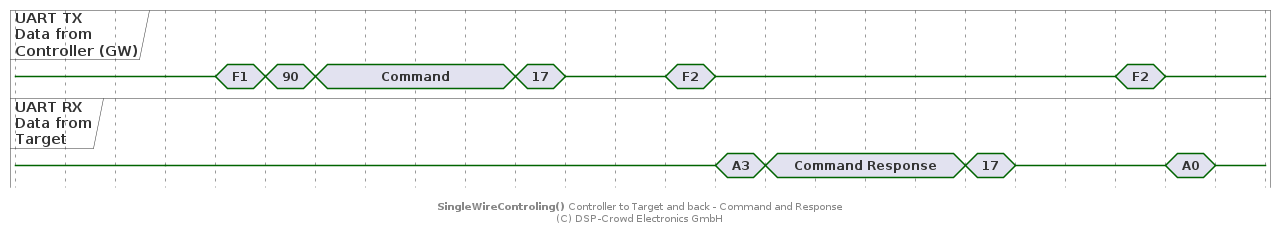
Above: doc/system/protocol/B1_swt-ctrl-to-target_cmd_cmd-resp.png in NoOrientationProgramming/code-orb (PlantUML), before the change.
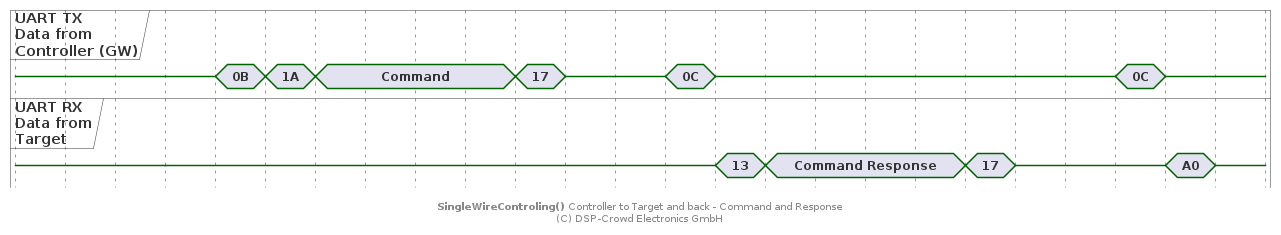
After the commit.

What changed in the source:
```diff
@@ -14,10 +14,10 @@
 tar is {-}
 
 @+20
-ctrl is "F1"
+ctrl is "0B"
 
 @+20
-ctrl is "90"
+ctrl is "1A"
 
 @+20
 ctrl is "Command"
@@ -29,11 +29,11 @@
 ctrl is {-}
 
 @+40
-ctrl is "F2"
+ctrl is "0C"
 
 @+20
 ctrl is {-}
-tar is "A3"
+tar is "13"
 
 @+20
 tar is "Command Response"
@@ -45,7 +45,7 @@
 tar is {-}
 
 @+40
-ctrl is "F2"
+ctrl is "0C"
 
 @+20
 ctrl is {-}
```
